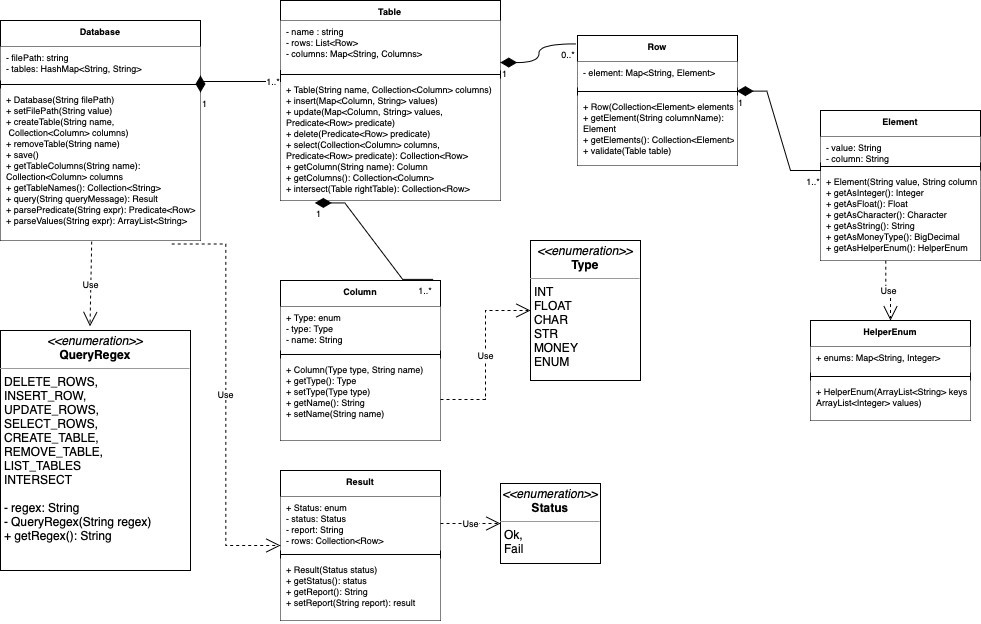
Earlier version of the draw.io export docs/ClassDiagram.drawio.png (zayatsliza/IT). Source tidied: cells renumbered, new cells last; positions are measured from the earlier drawing's top-left corner, leaving out a move shared by most shapes.
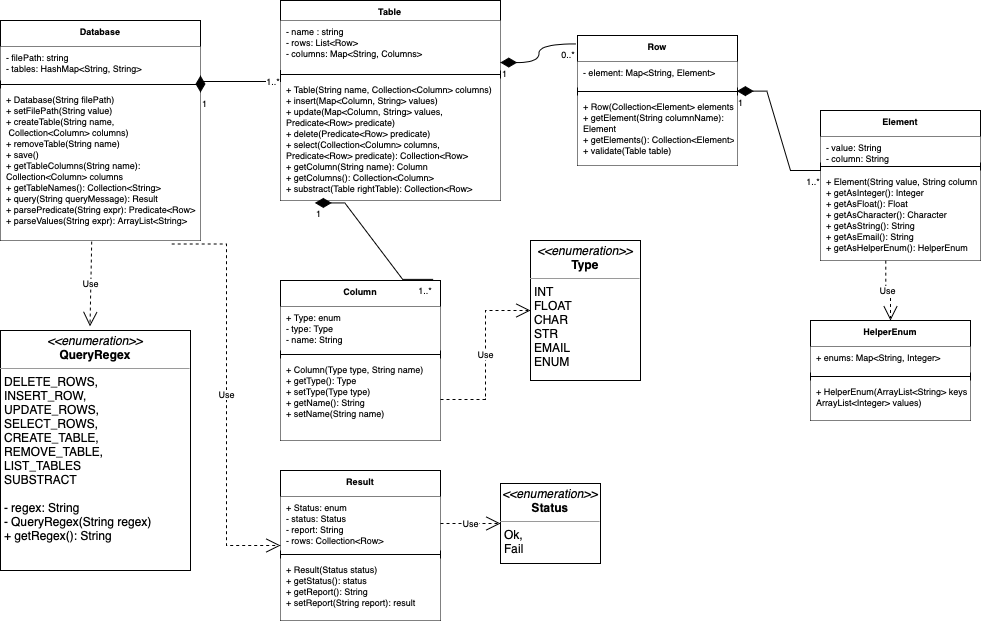
Above is the later version.

The edit, as a diff of the source:
```diff
@@ -23,7 +23,7 @@
     <mxCell id="8" style="line;strokeWidth=1;fillColor=default;align=left;verticalAlign=middle;spacingTop=-1;spacingLeft=3;spacingRight=3;labelPosition=right;strokeColor=inherit;fontFamily=Helvetica;fontSize=9;fontColor=rgb(0, 0, 0);" parent="6" vertex="1">
       <mxGeometry y="70" width="220" height="8" as="geometry" />
     </mxCell>
-    <mxCell id="9" value="+ Table(String name, Collection&lt;Column&gt; columns)&#10;+ insert(Map&lt;Column, String&gt; values)&#10;+ update(Map&lt;Column, String&gt; values,&#10;Predicate&lt;Row&gt; predicate)&#10;+ delete(Predicate&lt;Row&gt; predicate)&#10;+ select(Collection&lt;Column&gt; columns, &#10;Predicate&lt;Row&gt; predicate): Collection&lt;Row&gt;&#10;+ getColumn(String name): Column&#10;+ getColumns(): Collection&lt;Column&gt;&#10;+ intersect(Table rightTable): Collection&lt;Row&gt;&#10;" style="text;strokeColor=none;fillColor=default;align=left;verticalAlign=top;spacingLeft=4;spacingRight=4;overflow=hidden;points=[[0,0.5],[1,0.5]];portConstraint=eastwest;dashed=1;fontFamily=Helvetica;fontSize=9;fontColor=rgb(0, 0, 0);" parent="6" vertex="1">
+    <mxCell id="9" value="+ Table(String name, Collection&lt;Column&gt; columns)&#10;+ insert(Map&lt;Column, String&gt; values)&#10;+ update(Map&lt;Column, String&gt; values,&#10;Predicate&lt;Row&gt; predicate)&#10;+ delete(Predicate&lt;Row&gt; predicate)&#10;+ select(Collection&lt;Column&gt; columns, &#10;Predicate&lt;Row&gt; predicate): Collection&lt;Row&gt;&#10;+ getColumn(String name): Column&#10;+ getColumns(): Collection&lt;Column&gt;&#10;+ substract(Table rightTable): Collection&lt;Row&gt;&#10;" style="text;strokeColor=none;fillColor=default;align=left;verticalAlign=top;spacingLeft=4;spacingRight=4;overflow=hidden;points=[[0,0.5],[1,0.5]];portConstraint=eastwest;dashed=1;fontFamily=Helvetica;fontSize=9;fontColor=rgb(0, 0, 0);" parent="6" vertex="1">
       <mxGeometry y="78" width="220" height="122" as="geometry" />
     </mxCell>
     <mxCell id="10" value="Row" style="swimlane;fontStyle=1;align=center;verticalAlign=top;horizontal=1;startSize=26;strokeColor=rgb(0, 0, 0);fontFamily=Helvetica;fontSize=9;fontColor=rgb(0, 0, 0);fillColor=default;" parent="1" vertex="1">
@@ -47,7 +47,7 @@
     <mxCell id="16" style="line;strokeWidth=1;fillColor=default;align=left;verticalAlign=middle;spacingTop=-1;spacingLeft=3;spacingRight=3;labelPosition=right;strokeColor=inherit;fontFamily=Helvetica;fontSize=9;fontColor=rgb(0, 0, 0);" parent="14" vertex="1">
       <mxGeometry y="52" width="160" height="8" as="geometry" />
     </mxCell>
-    <mxCell id="17" value="+ Element(String value, String column)&#10;+ getAsInteger(): Integer&#10;+ getAsFloat(): Float&#10;+ getAsCharacter(): Character&#10;+ getAsString(): String&#10;+ getAsMoneyType(): BigDecimal&#10;+ getAsHelperEnum(): HelperEnum" style="text;strokeColor=none;fillColor=default;align=left;verticalAlign=top;spacingLeft=4;spacingRight=4;overflow=hidden;points=[[0,0.5],[1,0.5]];portConstraint=eastwest;dashed=1;fontFamily=Helvetica;fontSize=9;fontColor=rgb(0, 0, 0);" parent="14" vertex="1">
+    <mxCell id="17" value="+ Element(String value, String column)&#10;+ getAsInteger(): Integer&#10;+ getAsFloat(): Float&#10;+ getAsCharacter(): Character&#10;+ getAsString(): String&#10;+ getAsEmail(): String&#10;+ getAsHelperEnum(): HelperEnum" style="text;strokeColor=none;fillColor=default;align=left;verticalAlign=top;spacingLeft=4;spacingRight=4;overflow=hidden;points=[[0,0.5],[1,0.5]];portConstraint=eastwest;dashed=1;fontFamily=Helvetica;fontSize=9;fontColor=rgb(0, 0, 0);" parent="14" vertex="1">
       <mxGeometry y="60" width="160" height="90" as="geometry" />
     </mxCell>
     <mxCell id="18" value="HelperEnum" style="swimlane;fontStyle=1;align=center;verticalAlign=top;horizontal=1;startSize=26;strokeColor=rgb(0, 0, 0);fontFamily=Helvetica;fontSize=9;fontColor=rgb(0, 0, 0);fillColor=default;" parent="1" vertex="1">
@@ -62,7 +62,7 @@
     <mxCell id="21" value="+ HelperEnum(ArrayList&lt;String&gt; keys, &#10;ArrayList&lt;Integer&gt; values)" style="text;strokeColor=none;fillColor=default;align=left;verticalAlign=top;spacingLeft=4;spacingRight=4;overflow=hidden;dashed=1;fontFamily=Helvetica;fontSize=9;fontColor=rgb(0, 0, 0);" parent="18" vertex="1">
       <mxGeometry y="60" width="160" height="40" as="geometry" />
     </mxCell>
-    <mxCell id="22" value="&lt;p style=&quot;margin:0px;margin-top:4px;text-align:center;&quot;&gt;&lt;i&gt;&amp;lt;&amp;lt;enumeration&amp;gt;&amp;gt;&lt;/i&gt;&lt;br&gt;&lt;b&gt;QueryRegex&lt;/b&gt;&lt;/p&gt;&lt;hr size=&quot;1&quot;&gt;&lt;p style=&quot;margin:0px;margin-left:4px;&quot;&gt;DELETE_ROWS,&lt;/p&gt;&lt;p style=&quot;margin:0px;margin-left:4px;&quot;&gt;INSERT_ROW,&lt;/p&gt;&lt;p style=&quot;margin:0px;margin-left:4px;&quot;&gt;UPDATE_ROWS,&lt;/p&gt;&lt;p style=&quot;margin:0px;margin-left:4px;&quot;&gt;SELECT_ROWS,&lt;/p&gt;&lt;p style=&quot;margin:0px;margin-left:4px;&quot;&gt;CREATE_TABLE,&lt;/p&gt;&lt;p style=&quot;margin:0px;margin-left:4px;&quot;&gt;REMOVE_TABLE,&lt;/p&gt;&lt;p style=&quot;margin:0px;margin-left:4px;&quot;&gt;LIST_TABLES&lt;/p&gt;&lt;p style=&quot;margin:0px;margin-left:4px;&quot;&gt;INTERSECT&lt;/p&gt;&lt;p style=&quot;margin:0px;margin-left:4px;&quot;&gt;&lt;br&gt;&lt;/p&gt;&lt;p style=&quot;margin:0px;margin-left:4px;&quot;&gt;- regex: String&lt;/p&gt;&lt;p style=&quot;margin:0px;margin-left:4px;&quot;&gt;- QueryRegex(String regex)&lt;/p&gt;&lt;p style=&quot;margin:0px;margin-left:4px;&quot;&gt;+ getRegex(): String&lt;/p&gt;" style="verticalAlign=top;align=left;overflow=fill;fontSize=12;fontFamily=Helvetica;html=1;strokeColor=rgb(0, 0, 0);fontColor=rgb(0, 0, 0);fillColor=rgb(255, 255, 255);" parent="1" vertex="1">
+    <mxCell id="22" value="&lt;p style=&quot;margin:0px;margin-top:4px;text-align:center;&quot;&gt;&lt;i&gt;&amp;lt;&amp;lt;enumeration&amp;gt;&amp;gt;&lt;/i&gt;&lt;br&gt;&lt;b&gt;QueryRegex&lt;/b&gt;&lt;/p&gt;&lt;hr size=&quot;1&quot;&gt;&lt;p style=&quot;margin:0px;margin-left:4px;&quot;&gt;DELETE_ROWS,&lt;/p&gt;&lt;p style=&quot;margin:0px;margin-left:4px;&quot;&gt;INSERT_ROW,&lt;/p&gt;&lt;p style=&quot;margin:0px;margin-left:4px;&quot;&gt;UPDATE_ROWS,&lt;/p&gt;&lt;p style=&quot;margin:0px;margin-left:4px;&quot;&gt;SELECT_ROWS,&lt;/p&gt;&lt;p style=&quot;margin:0px;margin-left:4px;&quot;&gt;CREATE_TABLE,&lt;/p&gt;&lt;p style=&quot;margin:0px;margin-left:4px;&quot;&gt;REMOVE_TABLE,&lt;/p&gt;&lt;p style=&quot;margin:0px;margin-left:4px;&quot;&gt;LIST_TABLES&lt;/p&gt;&lt;p style=&quot;margin:0px;margin-left:4px;&quot;&gt;SUBSTRACT&lt;/p&gt;&lt;p style=&quot;margin:0px;margin-left:4px;&quot;&gt;&lt;br&gt;&lt;/p&gt;&lt;p style=&quot;margin:0px;margin-left:4px;&quot;&gt;- regex: String&lt;/p&gt;&lt;p style=&quot;margin:0px;margin-left:4px;&quot;&gt;- QueryRegex(String regex)&lt;/p&gt;&lt;p style=&quot;margin:0px;margin-left:4px;&quot;&gt;+ getRegex(): String&lt;/p&gt;" style="verticalAlign=top;align=left;overflow=fill;fontSize=12;fontFamily=Helvetica;html=1;strokeColor=rgb(0, 0, 0);fontColor=rgb(0, 0, 0);fillColor=rgb(255, 255, 255);" parent="1" vertex="1">
       <mxGeometry y="330" width="190" height="240" as="geometry" />
     </mxCell>
     <mxCell id="23" value="Column" style="swimlane;fontStyle=1;align=center;verticalAlign=top;horizontal=1;startSize=26;strokeColor=rgb(0, 0, 0);fontFamily=Helvetica;fontSize=9;fontColor=rgb(0, 0, 0);fillColor=default;" parent="1" vertex="1">
@@ -77,7 +77,7 @@
     <mxCell id="26" value="+ Column(Type type, String name)&#10;+ getType(): Type&#10;+ setType(Type type)&#10;+ getName(): String&#10;+ setName(String name)" style="text;strokeColor=none;fillColor=default;align=left;verticalAlign=top;spacingLeft=4;spacingRight=4;overflow=hidden;points=[[0,0.5],[1,0.5]];portConstraint=eastwest;dashed=1;fontFamily=Helvetica;fontSize=9;fontColor=rgb(0, 0, 0);" parent="23" vertex="1">
       <mxGeometry y="78" width="160" height="82" as="geometry" />
     </mxCell>
-    <mxCell id="27" value="&lt;p style=&quot;margin:0px;margin-top:4px;text-align:center;&quot;&gt;&lt;i&gt;&amp;lt;&amp;lt;enumeration&amp;gt;&amp;gt;&lt;/i&gt;&lt;br&gt;&lt;b&gt;Type&lt;/b&gt;&lt;/p&gt;&lt;hr size=&quot;1&quot;&gt;&lt;p style=&quot;margin:0px;margin-left:4px;&quot;&gt;INT&lt;/p&gt;&lt;p style=&quot;margin:0px;margin-left:4px;&quot;&gt;FLOAT&lt;/p&gt;&lt;p style=&quot;margin:0px;margin-left:4px;&quot;&gt;CHAR&lt;/p&gt;&lt;p style=&quot;margin:0px;margin-left:4px;&quot;&gt;STR&lt;/p&gt;&lt;p style=&quot;margin:0px;margin-left:4px;&quot;&gt;MONEY&lt;/p&gt;&lt;p style=&quot;margin:0px;margin-left:4px;&quot;&gt;ENUM&lt;/p&gt;&lt;p style=&quot;margin:0px;margin-left:4px;&quot;&gt;&lt;br&gt;&lt;/p&gt;" style="verticalAlign=top;align=left;overflow=fill;fontSize=12;fontFamily=Helvetica;html=1;strokeColor=rgb(0, 0, 0);fontColor=rgb(0, 0, 0);fillColor=rgb(255, 255, 255);" parent="1" vertex="1">
+    <mxCell id="27" value="&lt;p style=&quot;margin:0px;margin-top:4px;text-align:center;&quot;&gt;&lt;i&gt;&amp;lt;&amp;lt;enumeration&amp;gt;&amp;gt;&lt;/i&gt;&lt;br&gt;&lt;b&gt;Type&lt;/b&gt;&lt;/p&gt;&lt;hr size=&quot;1&quot;&gt;&lt;p style=&quot;margin:0px;margin-left:4px;&quot;&gt;INT&lt;/p&gt;&lt;p style=&quot;margin:0px;margin-left:4px;&quot;&gt;FLOAT&lt;/p&gt;&lt;p style=&quot;margin:0px;margin-left:4px;&quot;&gt;CHAR&lt;/p&gt;&lt;p style=&quot;margin:0px;margin-left:4px;&quot;&gt;STR&lt;/p&gt;&lt;p style=&quot;margin:0px;margin-left:4px;&quot;&gt;EMAIL&lt;/p&gt;&lt;p style=&quot;margin:0px;margin-left:4px;&quot;&gt;ENUM&lt;/p&gt;&lt;p style=&quot;margin:0px;margin-left:4px;&quot;&gt;&lt;br&gt;&lt;/p&gt;" style="verticalAlign=top;align=left;overflow=fill;fontSize=12;fontFamily=Helvetica;html=1;strokeColor=rgb(0, 0, 0);fontColor=rgb(0, 0, 0);fillColor=rgb(255, 255, 255);" parent="1" vertex="1">
       <mxGeometry x="530" y="240" width="110" height="140" as="geometry" />
     </mxCell>
     <mxCell id="28" value="Result" style="swimlane;fontStyle=1;align=center;verticalAlign=top;horizontal=1;startSize=26;strokeColor=rgb(0, 0, 0);fontFamily=Helvetica;fontSize=9;fontColor=rgb(0, 0, 0);fillColor=default;" parent="1" vertex="1">
```
